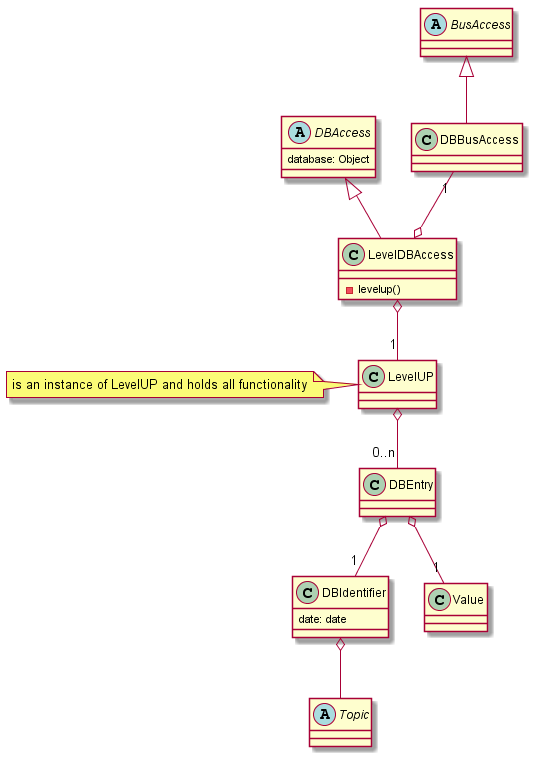
uzdry/PSE keeps this PlantUML diagram as Entwurf/diagrams/DBAccess.png. Above is the earlier version.
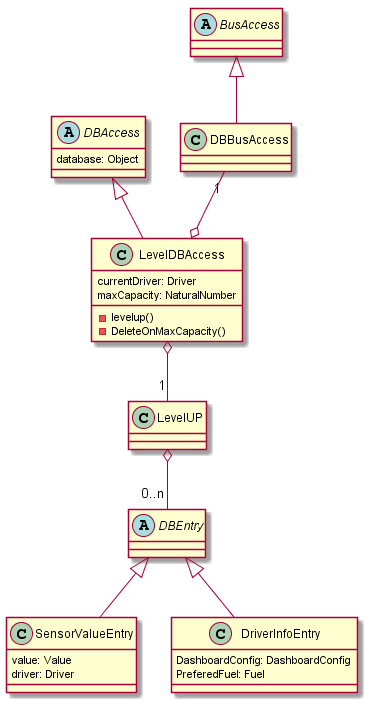
After the commit.

Change to the diagram source:
```diff
@@ -5,40 +5,37 @@
 }
 
 class LevelDBAccess extends DBAccess {
+currentDriver: Driver
+maxCapacity: NaturalNumber
 -levelup()
+-DeleteOnMaxCapacity()
 }
 
 LevelDBAccess o--"1" LevelUP
 
 class LevelUP {
 }
-note left: is an instance of LevelUP and holds all functionality
 
-
-class DBEntry {
+abstract class DBEntry {
 }
 
-class DBIdentifier {
-date: date
+class SensorValueEntry extends DBEntry {
+value: Value
+driver: Driver
 }
 
-class Value {
-}
-
-abstract class Topic {
+class DriverInfoEntry extends DBEntry {
+DashboardConfig: DashboardConfig
+PreferedFuel: Fuel
 }
 
 abstract class BusAccess {
 }
 
 class DBBusAccess extends BusAccess {
-
 }
 
 LevelUP o--"0..n" DBEntry
 DBBusAccess "1"--o LevelDBAccess
-DBIdentifier o-- Topic
-DBEntry o--"1" DBIdentifier
-DBEntry o--"1" Value
 
 @enduml
```
